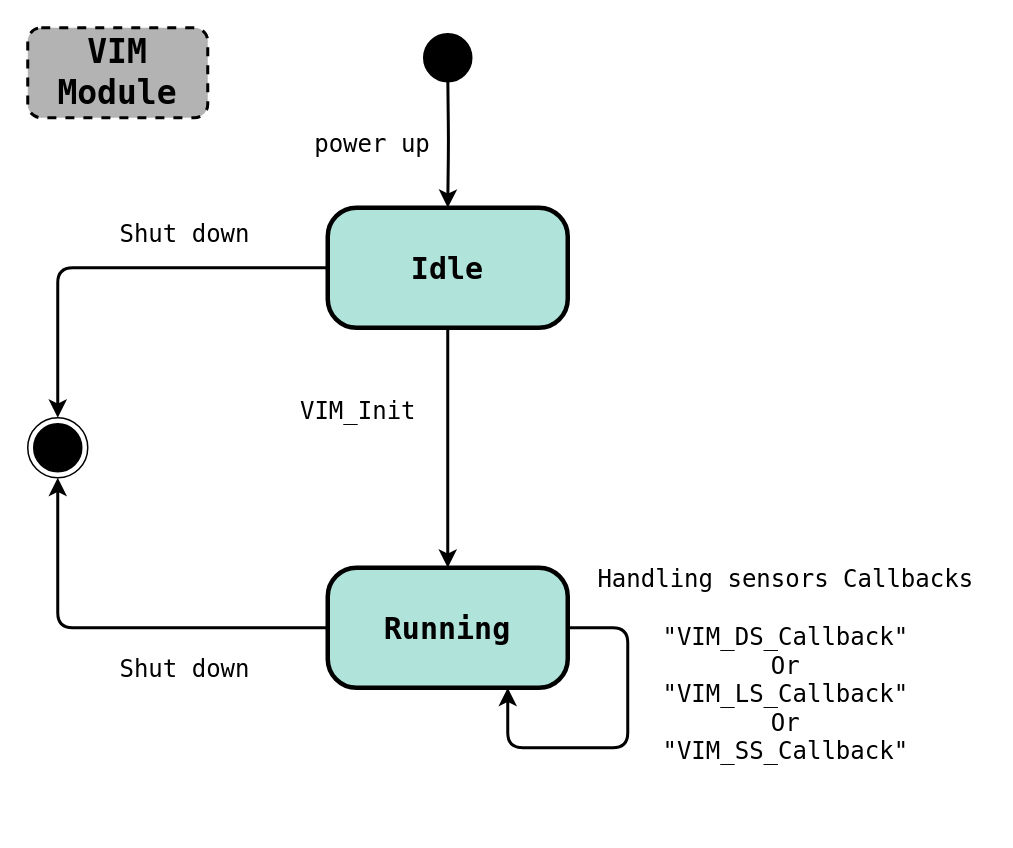
This is Project_3_SW_Design/VIM_State_Machine.drawio from mhossam1183/UAET_Trial, a draw.io file, before an edit. Source tidied: cells renumbered, new cells numbered last; positions are measured from the earlier drawing's top-left corner, leaving out a move shared by most shapes. Both pictures are drawn from the tidied source at 150%, with x=0, y=0 at pixel (27, 27).
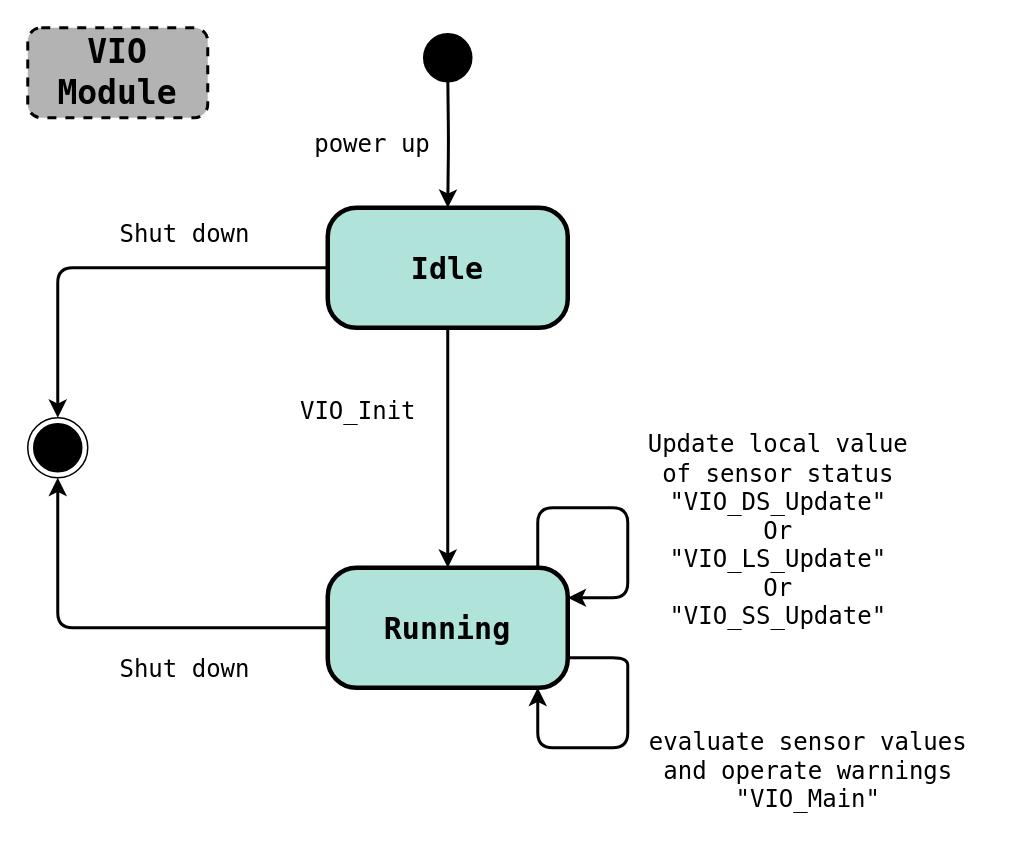
Above is the later version.

The change refers to these unchanged cells:
```xml
<mxCell id="9" value="Running" style="rounded=1;whiteSpace=wrap;html=1;arcSize=24;fillColor=#B0E3DA;strokeColor=#000000;shadow=0;comic=0;labelBackgroundColor=none;fontFamily=Lucida Console;fontSize=20;fontColor=#000000;align=center;strokeWidth=3;fontStyle=1;" parent="1" vertex="1">
  <mxGeometry x="200" y="360" width="160" height="80" as="geometry" />
</mxCell>
```

Diff of the diagram source:
```diff
@@
-    <mxCell id="13" value="VIM_Init" style="text;html=1;align=center;verticalAlign=middle;strokeColor=none;fillColor=none;fontSize=16;fontFamily=Lucida Console;" parent="1" vertex="1">
+    <mxCell id="13" value="VIO_Init" style="text;html=1;align=center;verticalAlign=middle;strokeColor=none;fillColor=none;fontSize=16;fontFamily=Lucida Console;" parent="1" vertex="1">
       <mxGeometry x="170" y="240" width="100" height="30" as="geometry" />
     </mxCell>
-    <mxCell id="14" value="&lt;b&gt;&lt;font style=&quot;font-size: 22px;&quot;&gt;VIM Module&lt;/font&gt;&lt;/b&gt;" style="rounded=1;whiteSpace=wrap;html=1;dashed=1;strokeColor=default;strokeWidth=2;fontFamily=Lucida Console;fontSize=16;fillColor=#B3B3B3;" parent="1" vertex="1">
+    <mxCell id="14" value="&lt;font style=&quot;&quot;&gt;&lt;span style=&quot;font-size: 22px;&quot;&gt;&lt;b&gt;VIO&lt;br&gt;Module&lt;/b&gt;&lt;/span&gt;&lt;/font&gt;" style="rounded=1;whiteSpace=wrap;html=1;dashed=1;strokeColor=default;strokeWidth=2;fontFamily=Lucida Console;fontSize=16;fillColor=#B3B3B3;" parent="1" vertex="1">
       <mxGeometry width="120" height="60" as="geometry" />
     </mxCell>
-    <mxCell id="15" style="endArrow=classic;html=1;rounded=1;strokeWidth=2;exitX=1;exitY=0.5;exitDx=0;exitDy=0;entryX=0.75;entryY=1;entryDx=0;entryDy=0;" parent="1" edge="1" source="9" target="9">
+    <mxCell id="15" style="endArrow=classic;html=1;rounded=1;strokeWidth=2;exitX=1;exitY=0.75;exitDx=0;exitDy=0;entryX=0.875;entryY=1;entryDx=0;entryDy=0;entryPerimeter=0;" parent="1" edge="1" source="9" target="9">
       <mxGeometry relative="1" as="geometry">
         <Array as="points">
-          <mxPoint x="400" y="400" />
+          <mxPoint x="400" y="420" />
+          <mxPoint x="400" y="430" />
           <mxPoint x="400" y="480" />
-          <mxPoint x="320" y="480" />
+          <mxPoint x="340" y="480" />
         </Array>
       </mxGeometry>
     </mxCell>
-    <mxCell id="16" value="&lt;div&gt;Handling sensors Callbacks&lt;br&gt;&lt;br&gt;&lt;/div&gt;&lt;div&gt;&quot;VIM_DS_Callback&quot;&lt;br&gt;Or&lt;/div&gt;&lt;div&gt;&quot;VIM_LS_Callback&quot;&lt;br&gt;Or&lt;/div&gt;&lt;div&gt;&quot;VIM_SS_Callback&quot;&lt;/div&gt;" style="text;html=1;align=center;verticalAlign=middle;strokeColor=none;fillColor=none;fontSize=16;fontFamily=Lucida Console;" parent="1" vertex="1">
-      <mxGeometry x="370" y="350" width="270" height="150" as="geometry" />
-    </mxCell>
+    <mxCell id="17" style="endArrow=classic;html=1;rounded=1;strokeWidth=2;exitX=0.875;exitY=0;exitDx=0;exitDy=0;exitPerimeter=0;entryX=1;entryY=0.25;entryDx=0;entryDy=0;" parent="1" edge="1" source="9" target="9">
+      <mxGeometry relative="1" as="geometry">
+        <Array as="points">
+          <mxPoint x="340" y="320" />
+          <mxPoint x="400" y="320" />
+          <mxPoint x="400" y="380" />
+        </Array>
+      </mxGeometry>
+    </mxCell>
+    <mxCell id="18" value="&lt;div&gt;Update local value&lt;br&gt;of sensor status&lt;/div&gt;&lt;div&gt;&quot;VIO_DS_Update&quot;&lt;/div&gt;&lt;div&gt;Or&lt;/div&gt;&lt;div&gt;&quot;VIO_LS_Update&quot;&lt;/div&gt;&lt;div&gt;Or&lt;/div&gt;&lt;div&gt;&quot;VIO_SS_Update&quot;&lt;/div&gt;" style="text;html=1;align=center;verticalAlign=middle;strokeColor=none;fillColor=none;fontSize=16;fontFamily=Lucida Console;" parent="1" vertex="1">
+      <mxGeometry x="400" y="260" width="200" height="150" as="geometry" />
+    </mxCell>
+    <mxCell id="19" value="evaluate sensor values&lt;br&gt;and operate warnings&lt;br&gt;&quot;VIO_Main&quot;" style="text;html=1;align=center;verticalAlign=middle;strokeColor=none;fillColor=none;fontSize=16;fontFamily=Lucida Console;" parent="1" vertex="1">
+      <mxGeometry x="400" y="460" width="240" height="70" as="geometry" />
+    </mxCell>
```
